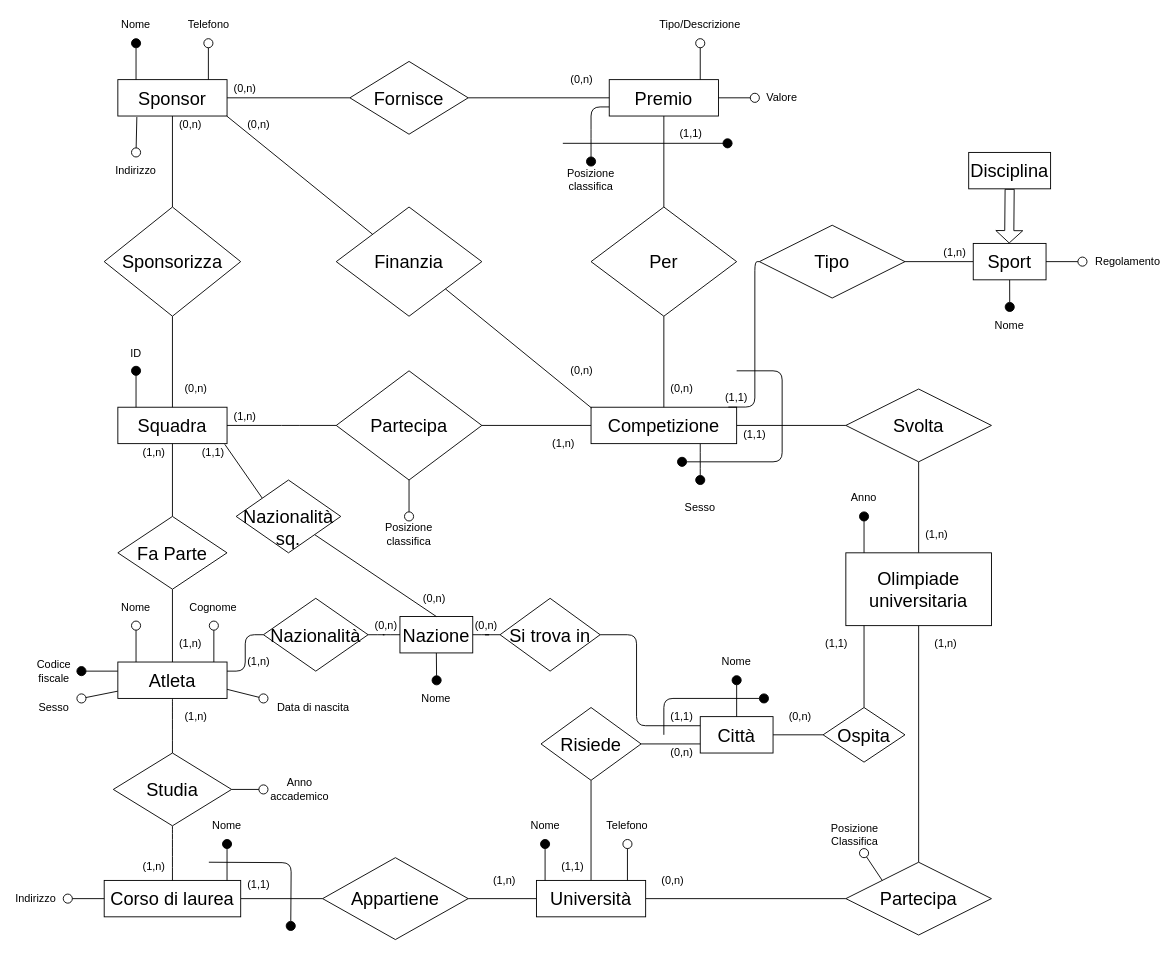
Earlier version of the draw.io diagram page "Schema E-R" (1 of 3) of Olimpiadi studentesche.drawio (giovannivelludo/database-project). Source tidied: cells renumbered, new cells numbered last; positions are measured from the earlier drawing's top-left corner, leaving out a move shared by most shapes. Both pictures are drawn from the tidied source at 91%, with x=0, y=0 at pixel (17, 15).
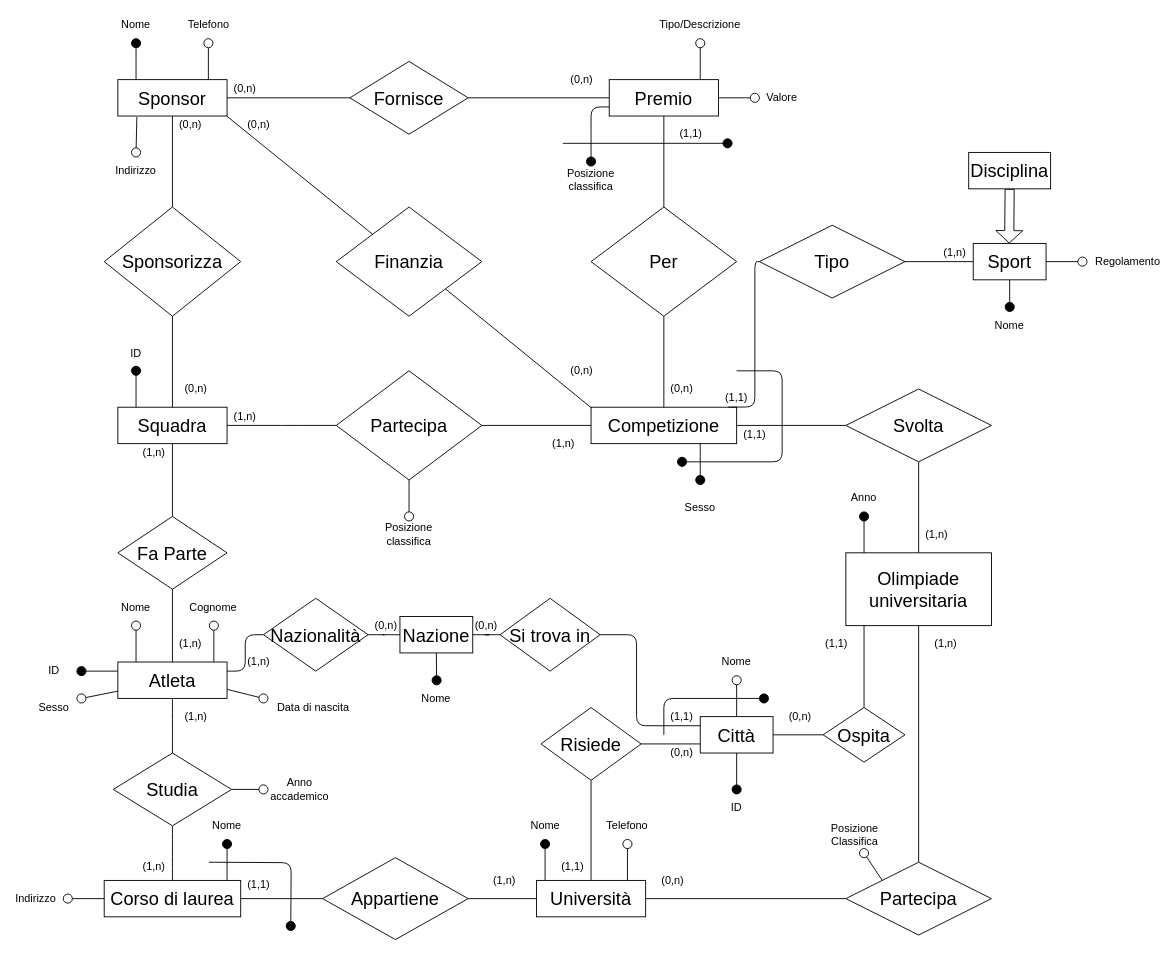
The same diagram, later.

Commit message:
Usati ID per studente (non tutte le nazioni hanno il codice fiscale), usato ID per città dato che potrebbero esisterne di diverse con lo stesso nome.

Unchanged cells that the change refers to:
```xml
<mxCell id="3" value="&lt;font style=&quot;font-size: 20px&quot;&gt;Squadra&lt;/font&gt;" style="rounded=0;whiteSpace=wrap;html=1;fontSize=20;" parent="1" vertex="1">
  <mxGeometry x="110" y="430" width="120" height="40" as="geometry" />
</mxCell>
<mxCell id="121" value="&lt;font style=&quot;font-size: 20px&quot;&gt;Nazione&lt;/font&gt;" style="rounded=0;whiteSpace=wrap;html=1;" parent="1" vertex="1">
  <mxGeometry x="420" y="660" width="80" height="40" as="geometry" />
</mxCell>
```

Diff of the diagram source:
```diff
@@
-    <mxCell id="111" style="endArrow=oval;html=1;endFill=1;endSize=10;" parent="1" edge="1">
+    <mxCell id="111" style="endArrow=oval;html=1;endFill=0;endSize=10;" parent="1" edge="1">
       <mxGeometry relative="1" as="geometry">
         <mxPoint x="790" y="770" as="sourcePoint" />
         <mxPoint x="790" y="730" as="targetPoint" />
       </mxGeometry>
     </mxCell>
@@
-    <mxCell id="113" value="&lt;div&gt;Codice fiscale&lt;/div&gt;" style="text;html=1;strokeColor=none;fillColor=none;align=center;verticalAlign=middle;whiteSpace=wrap;rounded=0;" parent="1" vertex="1">
+    <mxCell id="113" value="ID" style="text;html=1;strokeColor=none;fillColor=none;align=center;verticalAlign=middle;whiteSpace=wrap;rounded=0;" parent="1" vertex="1">
       <mxGeometry x="20" y="710" width="40" height="20" as="geometry" />
     </mxCell>
@@
-    <mxCell id="144" style="rounded=1;jettySize=auto;html=1;exitX=0;exitY=0;exitDx=0;exitDy=0;endArrow=none;endFill=0;endSize=10;entryX=0.979;entryY=1.017;entryDx=0;entryDy=0;entryPerimeter=0;" parent="1" edge="1" source="146" target="3">
-      <mxGeometry relative="1" as="geometry" />
-    </mxCell>
-    <mxCell id="145" style="edgeStyle=none;rounded=1;jettySize=auto;html=1;exitX=1;exitY=1;exitDx=0;exitDy=0;entryX=0.5;entryY=0;entryDx=0;entryDy=0;endArrow=none;endFill=0;endSize=10;" parent="1" edge="1" source="146" target="121">
-      <mxGeometry relative="1" as="geometry" />
-    </mxCell>
-    <mxCell id="146" value="&lt;div&gt;&lt;font style=&quot;font-size: 20px&quot;&gt;&lt;br&gt;&lt;/font&gt;&lt;/div&gt;&lt;div&gt;&lt;font style=&quot;font-size: 20px&quot;&gt;Nazionalità&lt;/font&gt;&lt;/div&gt;&lt;div&gt;&lt;font style=&quot;font-size: 20px&quot;&gt;sq.&lt;br&gt;&lt;/font&gt;&lt;/div&gt;" style="rhombus;whiteSpace=wrap;html=1;" parent="1" vertex="1">
-      <mxGeometry x="240" y="510" width="115" height="80" as="geometry" />
-    </mxCell>
-    <mxCell id="147" value="(1,1)" style="text;html=1;strokeColor=none;fillColor=none;align=center;verticalAlign=middle;whiteSpace=wrap;rounded=0;" parent="1" vertex="1">
-      <mxGeometry x="195" y="470" width="40" height="20" as="geometry" />
-    </mxCell>
-    <mxCell id="148" value="(0,n)" style="text;html=1;strokeColor=none;fillColor=none;align=center;verticalAlign=middle;whiteSpace=wrap;rounded=0;" parent="1" vertex="1">
-      <mxGeometry x="437.5" y="630" width="40" height="20" as="geometry" />
-    </mxCell>
+    <mxCell id="149" value="ID" style="text;html=1;strokeColor=none;fillColor=none;align=center;verticalAlign=middle;whiteSpace=wrap;rounded=0;" parent="1" vertex="1">
+      <mxGeometry x="770" y="860" width="40" height="20" as="geometry" />
+    </mxCell>
+    <mxCell id="150" style="endArrow=oval;html=1;endFill=1;endSize=10;exitX=0.5;exitY=1;exitDx=0;exitDy=0;" parent="1" edge="1">
+      <mxGeometry relative="1" as="geometry">
+        <mxPoint x="790" y="810" as="sourcePoint" />
+        <mxPoint x="790" y="850" as="targetPoint" />
+      </mxGeometry>
+    </mxCell>
```
